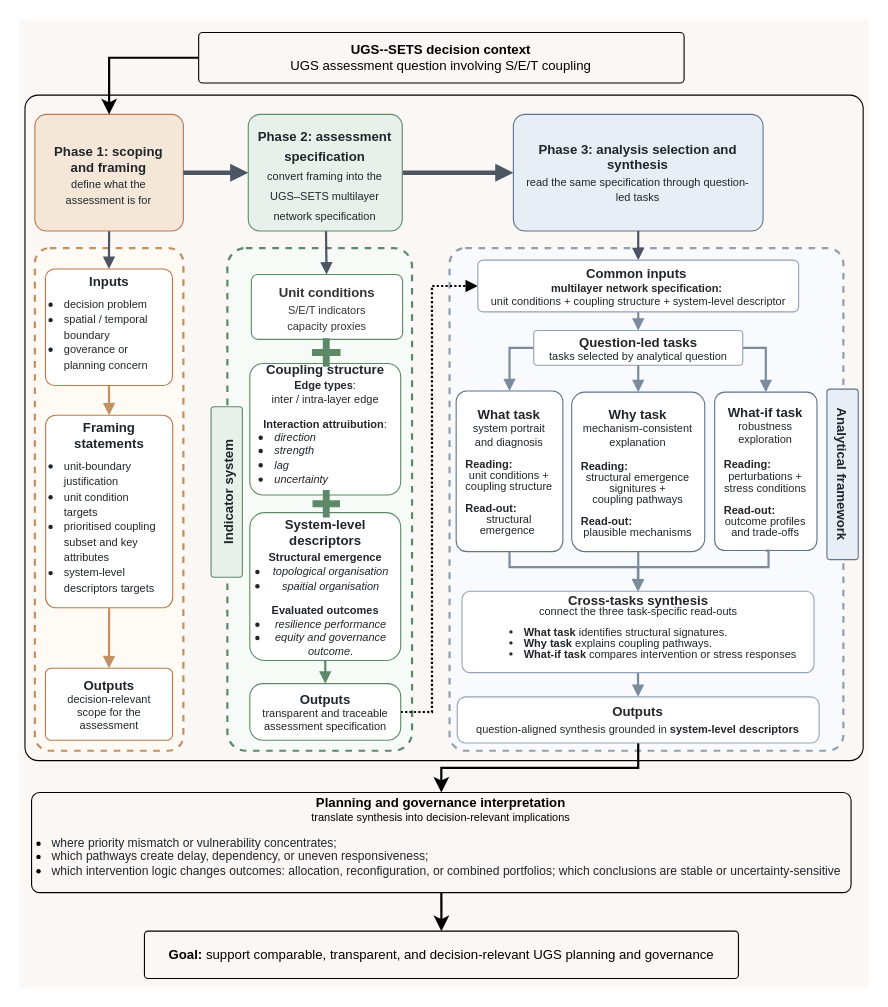
Before: section5-workflow.drawio in ZixuanLi317/iodraw-files, a draw.io diagram. Source tidied: cells renumbered, new cells numbered last; positions are measured from the earlier drawing's top-left corner, leaving out a move shared by most shapes. Both pictures are drawn from the tidied source at 110%, with x=0, y=0 at pixel (19, 19).
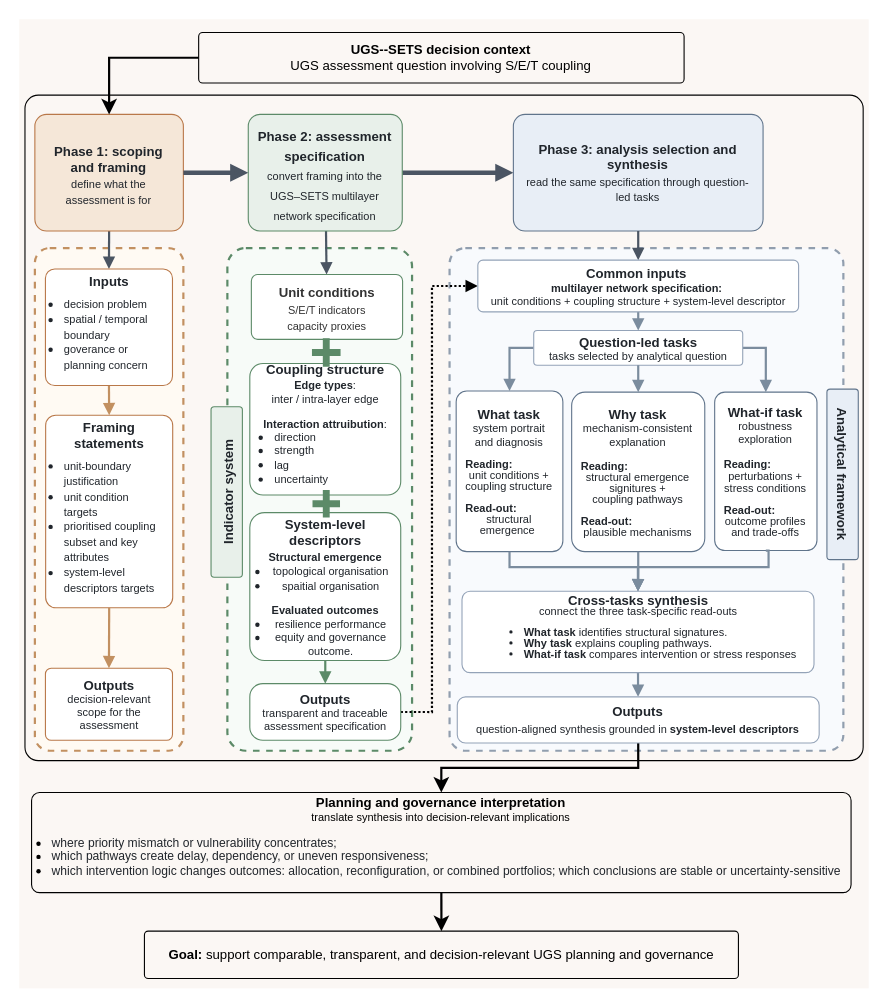
The same diagram, later.

Change to the diagram source:
```diff
@@
-    <mxCell id="25" value="&lt;b&gt;Coupling structure&lt;/b&gt;&lt;div style=&quot;line-height: 100%;&quot;&gt;&lt;span style=&quot;font-size: 10px; text-align: left; background-color: transparent; color: light-dark(rgb(32, 37, 43), rgb(201, 206, 211)); line-height: 100%;&quot;&gt;&lt;b&gt;Edge types&lt;/b&gt;:&lt;/span&gt;&lt;/div&gt;&lt;div style=&quot;line-height: 100%; margin-bottom: 10px;&quot;&gt;&lt;font style=&quot;font-size: 10px;&quot;&gt;inter / intra-layer edge&lt;/font&gt;&lt;/div&gt;&lt;div style=&quot;line-height: 100%;&quot;&gt;&lt;span style=&quot;font-size: 10px; text-align: left; background-color: transparent; color: light-dark(rgb(32, 37, 43), rgb(201, 206, 211)); line-height: 100%;&quot;&gt;&lt;b&gt;Interaction attruibution&lt;/b&gt;:&lt;/span&gt;&lt;ul style=&quot;padding-left: 10px; margin-bottom: 10px; margin-top: 0px;&quot;&gt;&lt;li style=&quot;text-align: left;&quot;&gt;&lt;font style=&quot;font-size: 10px; line-height: 100%;&quot;&gt;&lt;i&gt;direction&lt;/i&gt;&lt;/font&gt;&lt;/li&gt;&lt;li style=&quot;text-align: left;&quot;&gt;&lt;font style=&quot;font-size: 10px;&quot;&gt;&lt;i&gt;strength&lt;/i&gt;&lt;/font&gt;&lt;/li&gt;&lt;li style=&quot;text-align: left;&quot;&gt;&lt;font style=&quot;font-size: 10px;&quot;&gt;&lt;i&gt;lag&lt;/i&gt;&lt;/font&gt;&lt;/li&gt;&lt;li style=&quot;text-align: left;&quot;&gt;&lt;font style=&quot;font-size: 10px;&quot;&gt;&lt;i&gt;uncertainty&lt;/i&gt;&lt;/font&gt;&lt;/li&gt;&lt;/ul&gt;&lt;/div&gt;" style="whiteSpace=wrap;html=1;fillColor=#ffffff;strokeColor=#5c8a68;fontSize=12;fontColor=#20252b;align=center;verticalAlign=middle;spacing=10;rounded=1;arcSize=10;" parent="1" vertex="1">
+    <mxCell id="25" value="&lt;b&gt;Coupling structure&lt;/b&gt;&lt;div style=&quot;line-height: 100%;&quot;&gt;&lt;span style=&quot;font-size: 10px; text-align: left; background-color: transparent; color: light-dark(rgb(32, 37, 43), rgb(201, 206, 211)); line-height: 100%;&quot;&gt;&lt;b&gt;Edge types&lt;/b&gt;:&lt;/span&gt;&lt;/div&gt;&lt;div style=&quot;line-height: 100%; margin-bottom: 10px;&quot;&gt;&lt;font style=&quot;font-size: 10px;&quot;&gt;inter / intra-layer edge&lt;/font&gt;&lt;/div&gt;&lt;div style=&quot;line-height: 100%;&quot;&gt;&lt;span style=&quot;font-size: 10px; text-align: left; background-color: transparent; color: light-dark(rgb(32, 37, 43), rgb(201, 206, 211)); line-height: 100%;&quot;&gt;&lt;b&gt;Interaction attruibution&lt;/b&gt;:&lt;/span&gt;&lt;ul style=&quot;padding-left: 10px; margin-bottom: 10px; margin-top: 0px;&quot;&gt;&lt;li style=&quot;text-align: left;&quot;&gt;&lt;font style=&quot;font-size: 10px; line-height: 100%;&quot;&gt;direction&lt;/font&gt;&lt;/li&gt;&lt;li style=&quot;text-align: left;&quot;&gt;&lt;font style=&quot;font-size: 10px;&quot;&gt;strength&lt;/font&gt;&lt;/li&gt;&lt;li style=&quot;text-align: left;&quot;&gt;&lt;font style=&quot;font-size: 10px;&quot;&gt;lag&lt;/font&gt;&lt;/li&gt;&lt;li style=&quot;text-align: left;&quot;&gt;&lt;font style=&quot;font-size: 10px;&quot;&gt;uncertainty&lt;/font&gt;&lt;/li&gt;&lt;/ul&gt;&lt;/div&gt;" style="whiteSpace=wrap;html=1;fillColor=#ffffff;strokeColor=#5c8a68;fontSize=12;fontColor=#20252b;align=center;verticalAlign=middle;spacing=10;rounded=1;arcSize=10;" parent="1" vertex="1">
       <mxGeometry x="209.6" y="313" width="137.2" height="119.5" as="geometry" />
     </mxCell>
@@
-    <mxCell id="27" value="&lt;b&gt;&lt;font style=&quot;font-size: 12px;&quot;&gt;System-level descriptors&lt;/font&gt;&lt;/b&gt;&lt;div&gt;&lt;span style=&quot;background-color: transparent; color: light-dark(rgb(32, 37, 43), rgb(201, 206, 211)); font-size: 10px; text-align: left;&quot;&gt;&lt;b&gt;Structural emergence&lt;/b&gt;&lt;/span&gt;&lt;ul style=&quot;padding-left: 10px; line-height: 100%; margin-top: 0px; margin-bottom: 8px;&quot;&gt;&lt;li&gt;&lt;span style=&quot;font-size: 10px;&quot;&gt;&lt;i&gt;topological organisation&lt;/i&gt;&lt;/span&gt;&lt;/li&gt;&lt;li&gt;&lt;span style=&quot;font-size: 10px;&quot;&gt;&lt;i&gt;spaitial organisation&lt;/i&gt;&lt;/span&gt;&lt;/li&gt;&lt;/ul&gt;&lt;span style=&quot;font-size: 10px; background-color: transparent; color: light-dark(rgb(32, 37, 43), rgb(201, 206, 211));&quot;&gt;&lt;b&gt;Evaluated outcomes&lt;/b&gt;&lt;/span&gt;&lt;br&gt;&lt;ul style=&quot;padding-left: 10px; line-height: 100%; margin-top: 0px; margin-bottom: 0px;&quot;&gt;&lt;li&gt;&lt;span style=&quot;background-color: transparent; color: light-dark(rgb(32, 37, 43), rgb(201, 206, 211)); font-size: 10px; text-align: left; line-height: 100%;&quot;&gt;&lt;i&gt;resilience performance&lt;/i&gt;&lt;/span&gt;&lt;/li&gt;&lt;li&gt;&lt;span style=&quot;background-color: transparent; color: light-dark(rgb(32, 37, 43), rgb(201, 206, 211)); font-size: 10px; text-align: left; line-height: 100%;&quot;&gt;&lt;i&gt;equity and governance outcome&lt;/i&gt;.&lt;/span&gt;&lt;/li&gt;&lt;/ul&gt;&lt;/div&gt;" style="whiteSpace=wrap;html=1;fillColor=#ffffff;strokeColor=#5c8a68;fontSize=12;fontColor=#20252b;align=center;verticalAlign=middle;spacing=10;rounded=1;arcSize=10;fontFamily=Helvetica;imageAspect=1;" parent="1" vertex="1">
+    <mxCell id="27" value="&lt;b&gt;&lt;font style=&quot;font-size: 12px;&quot;&gt;System-level descriptors&lt;/font&gt;&lt;/b&gt;&lt;div&gt;&lt;span style=&quot;background-color: transparent; color: light-dark(rgb(32, 37, 43), rgb(201, 206, 211)); font-size: 10px; text-align: left;&quot;&gt;&lt;b&gt;Structural emergence&lt;/b&gt;&lt;/span&gt;&lt;ul style=&quot;padding-left: 10px; line-height: 100%; margin-top: 0px; margin-bottom: 8px;&quot;&gt;&lt;li&gt;&lt;span style=&quot;font-size: 10px;&quot;&gt;topological organisation&lt;/span&gt;&lt;/li&gt;&lt;li&gt;&lt;span style=&quot;font-size: 10px;&quot;&gt;spaitial organisation&lt;/span&gt;&lt;/li&gt;&lt;/ul&gt;&lt;span style=&quot;font-size: 10px; background-color: transparent; color: light-dark(rgb(32, 37, 43), rgb(201, 206, 211));&quot;&gt;&lt;b&gt;Evaluated outcomes&lt;/b&gt;&lt;/span&gt;&lt;br&gt;&lt;ul style=&quot;padding-left: 10px; line-height: 100%; margin-top: 0px; margin-bottom: 0px;&quot;&gt;&lt;li&gt;&lt;span style=&quot;background-color: transparent; color: light-dark(rgb(32, 37, 43), rgb(201, 206, 211)); font-size: 10px; text-align: left; line-height: 100%;&quot;&gt;resilience performance&lt;/span&gt;&lt;/li&gt;&lt;li&gt;&lt;span style=&quot;background-color: transparent; color: light-dark(rgb(32, 37, 43), rgb(201, 206, 211)); font-size: 10px; text-align: left; line-height: 100%;&quot;&gt;equity and governance outcome.&lt;/span&gt;&lt;/li&gt;&lt;/ul&gt;&lt;/div&gt;" style="whiteSpace=wrap;html=1;fillColor=#ffffff;strokeColor=#5c8a68;fontSize=12;fontColor=#20252b;align=center;verticalAlign=middle;spacing=10;rounded=1;arcSize=10;fontFamily=Helvetica;imageAspect=1;" parent="1" vertex="1">
       <mxGeometry x="209.6" y="448.5" width="137.2" height="134.5" as="geometry" />
     </mxCell>
```
